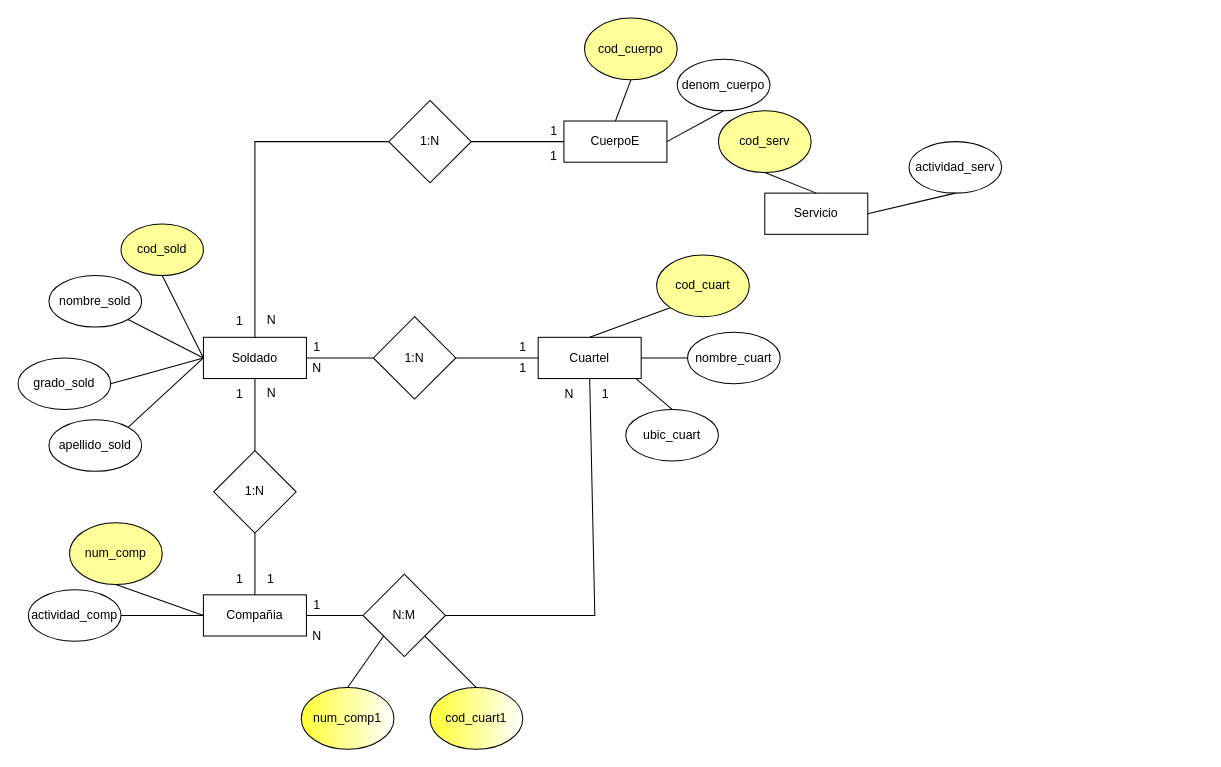
coscristian/Ciclo-2---MinTic keeps this draw.io diagram as BBDD/EntidadRelacion/Untitled Diagram.drawio. Above is the earlier version. Source tidied: cells renumbered, new cells numbered last; positions are measured from the earlier drawing's top-left corner, leaving out a move shared by most shapes. Both pictures are drawn from the tidied source at 103%, with x=0, y=0 at pixel (18, 18).
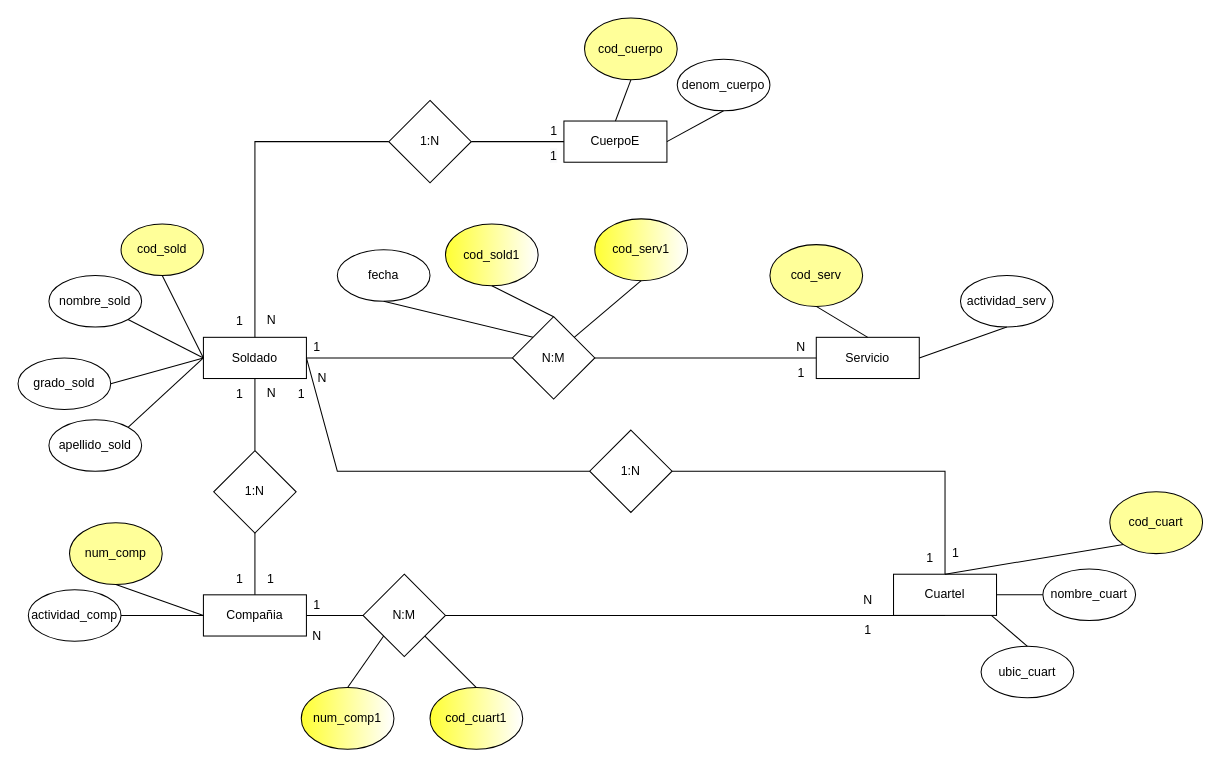
The same page after the edit.

Commit message:
finished diagram

Unchanged cells that the change refers to:
```xml
<mxCell id="4" value="Soldado" style="whiteSpace=wrap;html=1;align=center;" parent="1" vertex="1">
  <mxGeometry x="180" y="310" width="100" height="40" as="geometry" />
</mxCell>
```

What changed in the source:
```diff
@@
     <mxCell id="2" value="Cuartel" style="whiteSpace=wrap;html=1;align=center;" parent="1" vertex="1">
-      <mxGeometry x="505" y="310" width="100" height="40" as="geometry" />
+      <mxGeometry x="850" y="540" width="100" height="40" as="geometry" />
     </mxCell>
@@
     <mxCell id="6" value="Servicio" style="whiteSpace=wrap;html=1;align=center;" parent="1" vertex="1">
-      <mxGeometry x="725" y="170" width="100" height="40" as="geometry" />
+      <mxGeometry x="775" y="310" width="100" height="40" as="geometry" />
     </mxCell>
@@
     <mxCell id="9" value="cod_serv" style="ellipse;whiteSpace=wrap;html=1;fillColor=#FFFF99;" parent="1" vertex="1">
-      <mxGeometry x="680" y="90" width="90" height="60" as="geometry" />
+      <mxGeometry x="730" y="220" width="90" height="60" as="geometry" />
     </mxCell>
     <mxCell id="10" value="cod_cuart" style="ellipse;whiteSpace=wrap;html=1;fillColor=#FFFF99;" parent="1" vertex="1">
-      <mxGeometry x="620" y="230" width="90" height="60" as="geometry" />
+      <mxGeometry x="1060" y="460" width="90" height="60" as="geometry" />
     </mxCell>
@@
     <mxCell id="18" value="nombre_cuart" style="ellipse;whiteSpace=wrap;html=1;fillColor=#FFFFFF;" parent="1" vertex="1">
-      <mxGeometry x="650" y="305" width="90" height="50" as="geometry" />
+      <mxGeometry x="995" y="535" width="90" height="50" as="geometry" />
     </mxCell>
     <mxCell id="19" value="ubic_cuart" style="ellipse;whiteSpace=wrap;html=1;fillColor=#FFFFFF;" parent="1" vertex="1">
-      <mxGeometry x="590" y="380" width="90" height="50" as="geometry" />
+      <mxGeometry x="935" y="610" width="90" height="50" as="geometry" />
     </mxCell>
@@
     <mxCell id="22" style="endArrow=none;html=1;rounded=0;entryX=0.5;entryY=0;entryDx=0;entryDy=0;" parent="1" edge="1" target="19">
       <mxGeometry relative="1" as="geometry">
-        <mxPoint x="600" y="350" as="sourcePoint" />
+        <mxPoint x="945" y="580" as="sourcePoint" />
       </mxGeometry>
     </mxCell>
@@
     <mxCell id="30" value="actividad_serv" style="ellipse;whiteSpace=wrap;html=1;fillColor=#FFFFFF;" parent="1" vertex="1">
-      <mxGeometry x="865" y="120" width="90" height="50" as="geometry" />
+      <mxGeometry x="915" y="250" width="90" height="50" as="geometry" />
     </mxCell>
@@
     <mxCell id="51" value="N" style="text;html=1;align=center;verticalAlign=middle;strokeColor=none;fillColor=none;" parent="1" vertex="1">
-      <mxGeometry x="520" y="350" width="30" height="30" as="geometry" />
+      <mxGeometry x="810" y="550" width="30" height="30" as="geometry" />
     </mxCell>
     <mxCell id="52" value="1" style="text;html=1;align=center;verticalAlign=middle;strokeColor=none;fillColor=none;" parent="1" vertex="1">
-      <mxGeometry x="555" y="350" width="30" height="30" as="geometry" />
+      <mxGeometry x="810" y="580" width="30" height="30" as="geometry" />
     </mxCell>
@@
     <mxCell id="58" value="1:N" style="rhombus;whiteSpace=wrap;html=1;fillColor=#FFFFFF;" parent="1" vertex="1">
-      <mxGeometry x="345" y="290" width="80" height="80" as="geometry" />
+      <mxGeometry x="555" y="400" width="80" height="80" as="geometry" />
     </mxCell>
-    <mxCell id="59" style="endArrow=none;html=1;rounded=0;exitX=1;exitY=0.5;exitDx=0;exitDy=0;entryX=0;entryY=0.5;entryDx=0;entryDy=0;" parent="1" edge="1" source="58" target="2">
-      <mxGeometry relative="1" as="geometry" />
+    <mxCell id="59" style="endArrow=none;html=1;rounded=0;exitX=1;exitY=0.5;exitDx=0;exitDy=0;entryX=0.5;entryY=0;entryDx=0;entryDy=0;" parent="1" edge="1" source="58" target="2">
+      <mxGeometry relative="1" as="geometry">
+        <Array as="points">
+          <mxPoint x="900" y="440" />
+        </Array>
+      </mxGeometry>
     </mxCell>
     <mxCell id="60" style="endArrow=none;html=1;rounded=0;exitX=1;exitY=0.5;exitDx=0;exitDy=0;entryX=0;entryY=0.5;entryDx=0;entryDy=0;" parent="1" edge="1" source="4" target="58">
-      <mxGeometry relative="1" as="geometry" />
+      <mxGeometry relative="1" as="geometry">
+        <Array as="points">
+          <mxPoint x="310" y="440" />
+        </Array>
+      </mxGeometry>
     </mxCell>
@@
     <mxCell id="62" value="1" style="text;html=1;align=center;verticalAlign=middle;strokeColor=none;fillColor=none;" parent="1" vertex="1">
-      <mxGeometry x="475" y="305" width="30" height="30" as="geometry" />
+      <mxGeometry x="895" y="505" width="30" height="30" as="geometry" />
     </mxCell>
     <mxCell id="63" value="1" style="text;html=1;align=center;verticalAlign=middle;strokeColor=none;fillColor=none;" parent="1" vertex="1">
-      <mxGeometry x="475" y="325" width="30" height="30" as="geometry" />
+      <mxGeometry x="870" y="510" width="30" height="30" as="geometry" />
     </mxCell>
     <mxCell id="64" value="N" style="text;html=1;align=center;verticalAlign=middle;strokeColor=none;fillColor=none;" parent="1" vertex="1">
-      <mxGeometry x="275" y="325" width="30" height="30" as="geometry" />
+      <mxGeometry x="280" y="335" width="30" height="30" as="geometry" />
     </mxCell>
+    <mxCell id="65" value="N" style="text;html=1;align=center;verticalAlign=middle;strokeColor=none;fillColor=none;" parent="1" vertex="1">
+      <mxGeometry x="745" y="305" width="30" height="30" as="geometry" />
+    </mxCell>
+    <mxCell id="66" value="1" style="text;html=1;align=center;verticalAlign=middle;strokeColor=none;fillColor=none;" parent="1" vertex="1">
+      <mxGeometry x="745" y="330" width="30" height="30" as="geometry" />
+    </mxCell>
+    <mxCell id="67" value="1" style="text;html=1;align=center;verticalAlign=middle;strokeColor=none;fillColor=none;" parent="1" vertex="1">
+      <mxGeometry x="260" y="350" width="30" height="30" as="geometry" />
+    </mxCell>
+    <mxCell id="68" value="N:M" style="rhombus;whiteSpace=wrap;html=1;fillColor=#FFFFFF;" parent="1" vertex="1">
+      <mxGeometry x="480" y="290" width="80" height="80" as="geometry" />
+    </mxCell>
+    <mxCell id="69" style="endArrow=none;html=1;rounded=0;" parent="1" edge="1" source="4">
+      <mxGeometry relative="1" as="geometry">
+        <mxPoint x="480" y="330" as="targetPoint" />
+      </mxGeometry>
+    </mxCell>
+    <mxCell id="70" style="endArrow=none;html=1;rounded=0;exitX=1;exitY=0.5;exitDx=0;exitDy=0;entryX=0;entryY=0.5;entryDx=0;entryDy=0;" parent="1" edge="1" source="68" target="6">
+      <mxGeometry relative="1" as="geometry" />
+    </mxCell>
+    <mxCell id="71" value="cod_sold1" style="ellipse;whiteSpace=wrap;html=1;fillColor=default;gradientColor=#FFFF33;gradientDirection=west;" parent="1" vertex="1">
+      <mxGeometry x="415" y="200" width="90" height="60" as="geometry" />
+    </mxCell>
+    <mxCell id="72" value="cod_serv1" style="ellipse;whiteSpace=wrap;html=1;fillColor=default;gradientColor=#FFFF33;gradientDirection=west;" parent="1" vertex="1">
+      <mxGeometry x="560" y="195" width="90" height="60" as="geometry" />
+    </mxCell>
+    <mxCell id="73" value="fecha" style="ellipse;whiteSpace=wrap;html=1;fillColor=#FFFFFF;" parent="1" vertex="1">
+      <mxGeometry x="310" y="225" width="90" height="50" as="geometry" />
+    </mxCell>
+    <mxCell id="74" style="endArrow=none;html=1;rounded=0;exitX=0;exitY=0;exitDx=0;exitDy=0;entryX=0.5;entryY=1;entryDx=0;entryDy=0;" parent="1" edge="1" source="68" target="73">
+      <mxGeometry relative="1" as="geometry" />
+    </mxCell>
+    <mxCell id="75" style="endArrow=none;html=1;rounded=0;exitX=0.5;exitY=0;exitDx=0;exitDy=0;entryX=0.5;entryY=1;entryDx=0;entryDy=0;" parent="1" edge="1" source="68" target="71">
+      <mxGeometry relative="1" as="geometry" />
+    </mxCell>
+    <mxCell id="76" style="endArrow=none;html=1;rounded=0;exitX=1;exitY=0;exitDx=0;exitDy=0;entryX=0.5;entryY=1;entryDx=0;entryDy=0;" parent="1" edge="1" source="68" target="72">
+      <mxGeometry relative="1" as="geometry" />
+    </mxCell>
```
